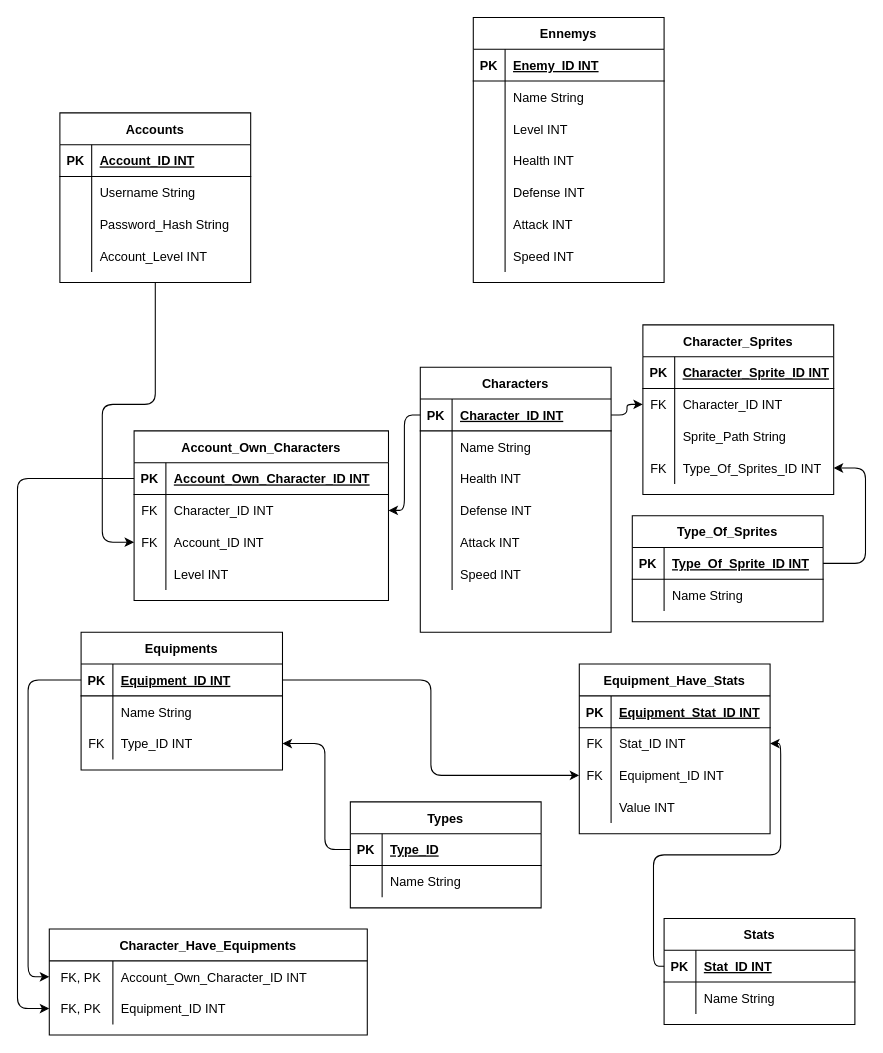
Above: Documentation/MLD.drawio in Nomeos/Code-TimeRewind (draw.io), before the change. Source tidied: cells renumbered, new cells numbered last; positions are measured from the earlier drawing's top-left corner, leaving out a move shared by most shapes. Both pictures are drawn from the tidied source at 106%, with x=0, y=0 at pixel (17, 17).
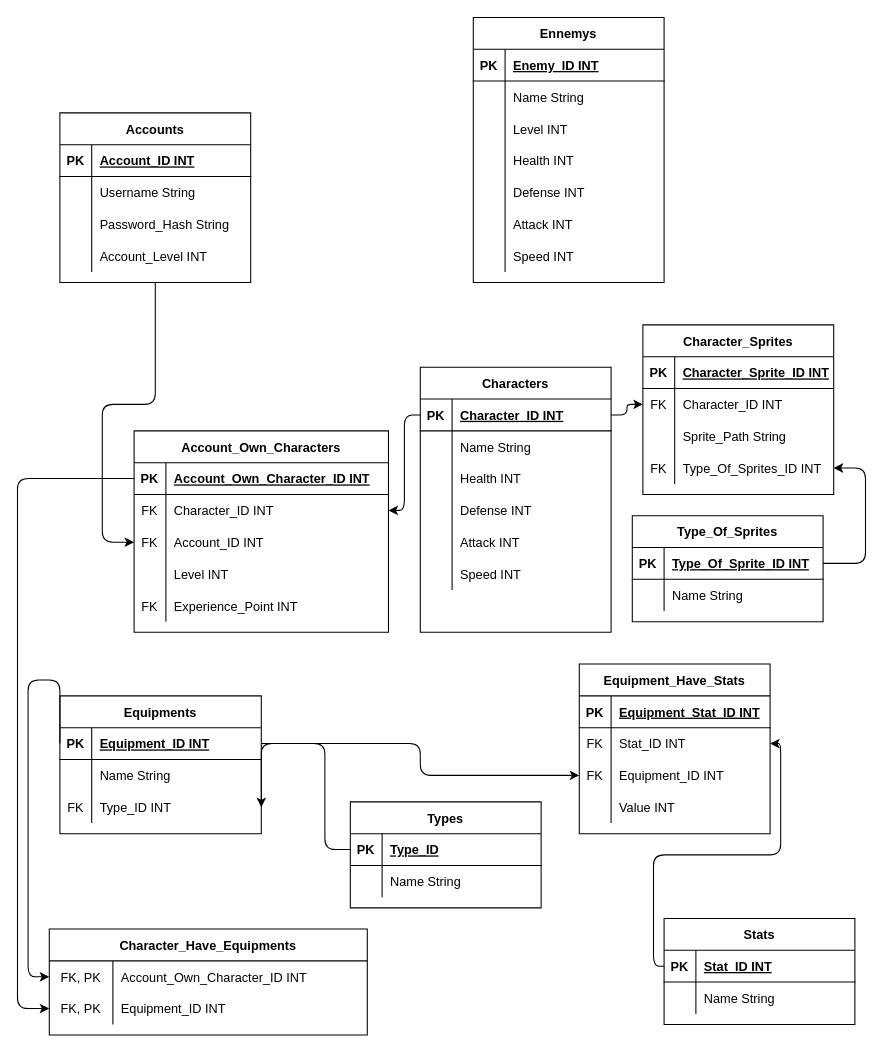
The same diagram, later.

Change to the diagram source:
```diff
@@
     <mxCell id="56" value="Equipments" style="shape=table;startSize=30;childLayout=tableLayout;rowLines=0;fontStyle=1;align=center;" parent="1" vertex="1">
-      <mxGeometry x="60" y="580" width="190" height="130" as="geometry" />
+      <mxGeometry x="40" y="640" width="190" height="130" as="geometry" />
     </mxCell>
@@
     <mxCell id="88" value="Account_Own_Characters" style="shape=table;startSize=30;childLayout=tableLayout;rowLines=0;fontStyle=1;align=center;" parent="1" vertex="1">
-      <mxGeometry x="110" y="390" width="240" height="160" as="geometry" />
+      <mxGeometry x="110" y="390" width="240" height="190" as="geometry" />
     </mxCell>
@@
+    <mxCell id="142" style="shape=partialRectangle;fillColor=none;top=0;left=0;bottom=0;right=0;" parent="88" vertex="1">
+      <mxGeometry y="150" width="240" height="30" as="geometry" />
+    </mxCell>
+    <mxCell id="143" value="FK" style="shape=partialRectangle;fillColor=none;top=0;left=0;bottom=0;right=0;fontStyle=0;overflow=hidden;" parent="142" vertex="1">
+      <mxGeometry width="30" height="30" as="geometry" />
+    </mxCell>
+    <mxCell id="144" value="Experience_Point INT" style="shape=partialRectangle;fillColor=none;top=0;left=0;bottom=0;right=0;align=left;spacingLeft=6;fontStyle=0;overflow=hidden;" parent="142" vertex="1">
+      <mxGeometry x="30" width="210" height="30" as="geometry" />
+    </mxCell>
```
